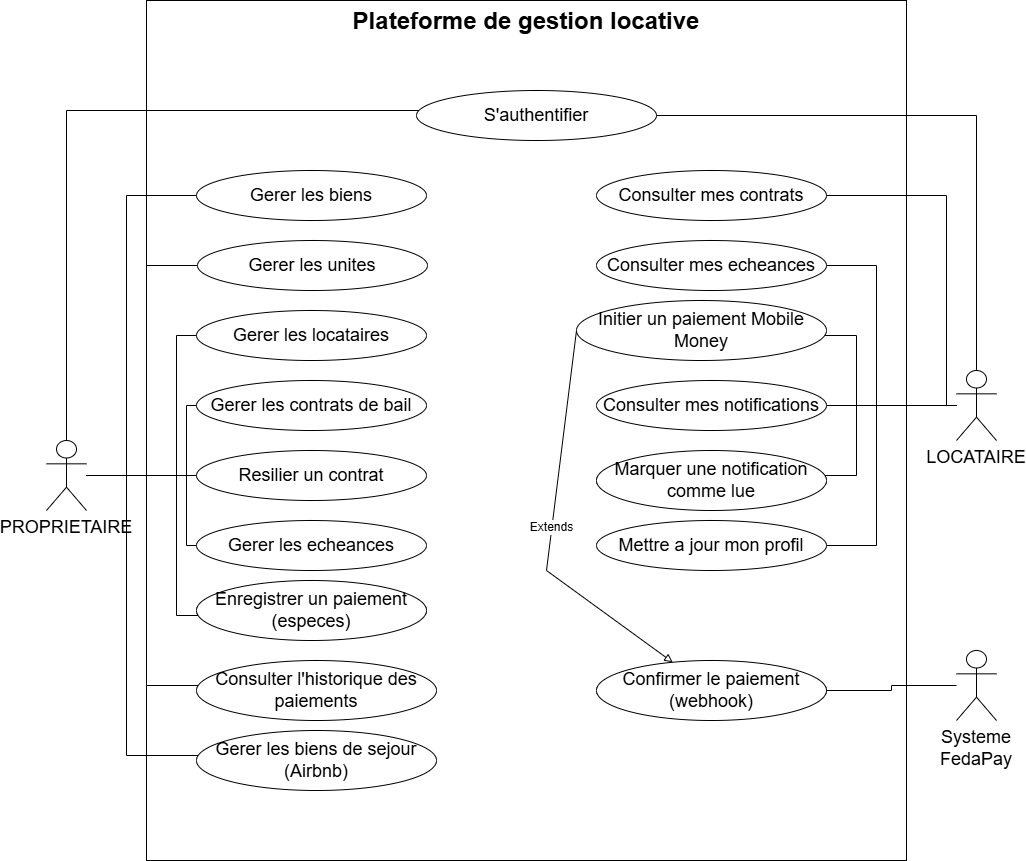
Above: DIAGRAMME/use case/use case.png in xavierGIT04/Soutenance (draw.io), before the change. Source tidied: cells renumbered, new cells last; positions are measured from the earlier drawing's top-left corner, leaving out a move shared by most shapes.
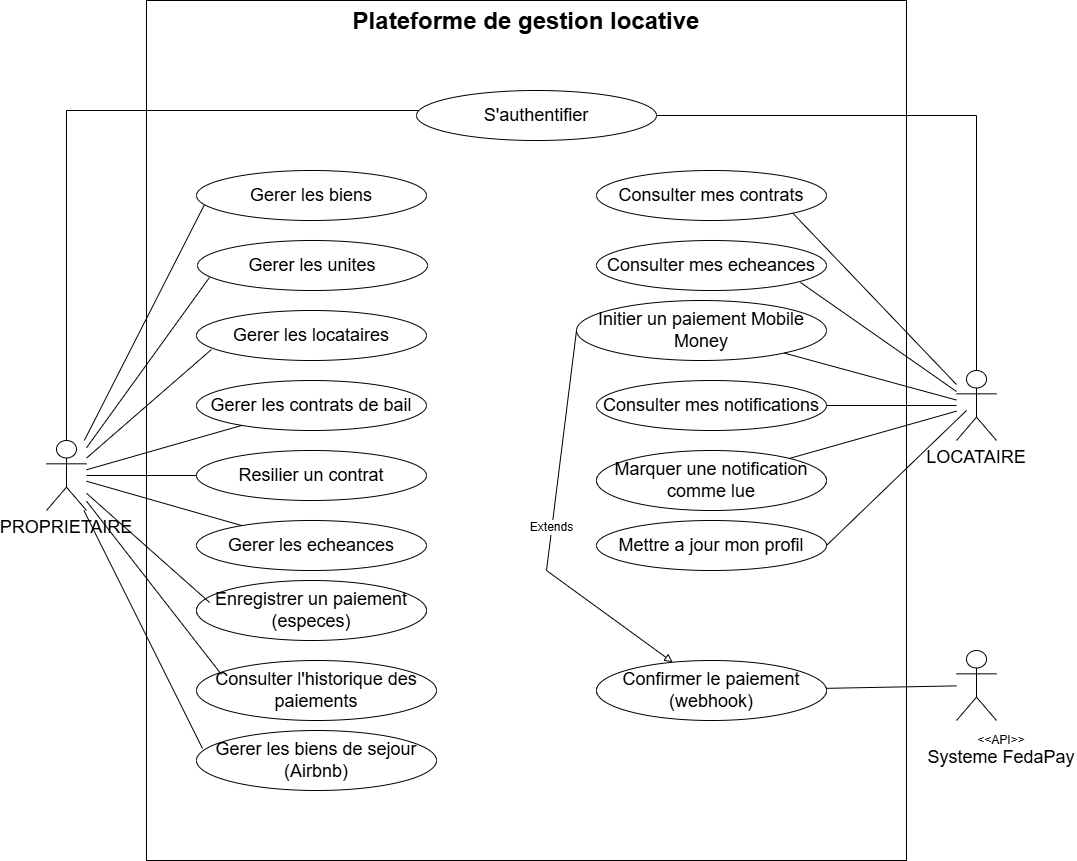
The same diagram one commit later.

Change to the diagram source:
```diff
@@ -62,7 +62,7 @@
     <mxCell id="21" value="&lt;font style=&quot;font-size: 18px;&quot;&gt;Confirmer le paiement (webhook)&lt;/font&gt;" style="ellipse;whiteSpace=wrap;html=1;fillColor=#ffffff;strokeColor=#000000;fontSize=11;" parent="1" vertex="1">
       <mxGeometry x="550" y="660" width="230" height="60" as="geometry" />
     </mxCell>
-    <mxCell id="22" value="&lt;font style=&quot;font-size: 18px;&quot;&gt;Systeme FedaPay&lt;/font&gt;" style="shape=umlActor;whiteSpace=wrap;html=1;verticalLabelPosition=bottom;verticalAlign=top;outlineConnect=0;fillColor=#ffffff;strokeColor=#000000;" parent="1" vertex="1">
+    <mxCell id="22" style="shape=umlActor;whiteSpace=wrap;html=1;verticalLabelPosition=bottom;verticalAlign=top;outlineConnect=0;fillColor=#ffffff;strokeColor=#000000;" parent="1" vertex="1">
       <mxGeometry x="910" y="650" width="40" height="70" as="geometry" />
     </mxCell>
     <mxCell id="23" style="edgeStyle=orthogonalEdgeStyle;rounded=0;html=1;fontSize=10;endArrow=none;dashed=0;" parent="1" edge="1" source="4" target="3">
@@ -72,72 +72,32 @@
         </Array>
       </mxGeometry>
     </mxCell>
-    <mxCell id="24" style="edgeStyle=orthogonalEdgeStyle;rounded=0;html=1;fontSize=10;endArrow=none;dashed=0;" parent="1" edge="1" source="4" target="5">
-      <mxGeometry relative="1" as="geometry">
-        <Array as="points">
-          <mxPoint x="80" y="475" />
-          <mxPoint x="80" y="195" />
-        </Array>
-      </mxGeometry>
+    <mxCell id="24" style="rounded=0;html=1;fontSize=10;endArrow=none;dashed=0;entryX=0.035;entryY=0.68;entryDx=0;entryDy=0;entryPerimeter=0;" parent="1" edge="1" source="4" target="5">
+      <mxGeometry relative="1" as="geometry" />
     </mxCell>
-    <mxCell id="25" style="edgeStyle=orthogonalEdgeStyle;rounded=0;html=1;fontSize=10;endArrow=none;dashed=0;" parent="1" edge="1" source="4" target="6">
-      <mxGeometry relative="1" as="geometry">
-        <Array as="points">
-          <mxPoint x="100" y="475" />
-          <mxPoint x="100" y="265" />
-        </Array>
-      </mxGeometry>
+    <mxCell id="25" style="rounded=0;html=1;fontSize=10;endArrow=none;dashed=0;entryX=0.052;entryY=0.74;entryDx=0;entryDy=0;entryPerimeter=0;" parent="1" edge="1" source="4" target="6">
+      <mxGeometry relative="1" as="geometry" />
     </mxCell>
-    <mxCell id="26" style="edgeStyle=orthogonalEdgeStyle;rounded=0;html=1;fontSize=10;endArrow=none;dashed=0;" parent="1" edge="1" source="4" target="7">
-      <mxGeometry relative="1" as="geometry">
-        <Array as="points">
-          <mxPoint x="130" y="475" />
-          <mxPoint x="130" y="335" />
-        </Array>
-      </mxGeometry>
+    <mxCell id="26" style="rounded=0;html=1;fontSize=10;endArrow=none;dashed=0;entryX=0.065;entryY=0.78;entryDx=0;entryDy=0;entryPerimeter=0;" parent="1" edge="1" source="4" target="7">
+      <mxGeometry relative="1" as="geometry" />
     </mxCell>
-    <mxCell id="27" style="edgeStyle=orthogonalEdgeStyle;rounded=0;html=1;fontSize=10;endArrow=none;dashed=0;" parent="1" edge="1" source="4" target="8">
-      <mxGeometry relative="1" as="geometry">
-        <Array as="points">
-          <mxPoint x="140" y="475" />
-          <mxPoint x="140" y="405" />
-        </Array>
-      </mxGeometry>
+    <mxCell id="27" style="rounded=0;html=1;fontSize=10;endArrow=none;dashed=0;" parent="1" edge="1" source="4" target="8">
+      <mxGeometry relative="1" as="geometry" />
     </mxCell>
     <mxCell id="28" style="edgeStyle=orthogonalEdgeStyle;rounded=0;html=1;fontSize=10;endArrow=none;dashed=0;" parent="1" edge="1" source="4" target="9">
       <mxGeometry relative="1" as="geometry" />
     </mxCell>
-    <mxCell id="29" style="edgeStyle=orthogonalEdgeStyle;rounded=0;html=1;fontSize=10;endArrow=none;dashed=0;" parent="1" edge="1" source="4" target="10">
-      <mxGeometry relative="1" as="geometry">
-        <Array as="points">
-          <mxPoint x="140" y="475" />
-          <mxPoint x="140" y="545" />
-        </Array>
-      </mxGeometry>
+    <mxCell id="29" style="rounded=0;html=1;fontSize=10;endArrow=none;dashed=0;" parent="1" edge="1" source="4" target="10">
+      <mxGeometry relative="1" as="geometry" />
     </mxCell>
-    <mxCell id="30" style="edgeStyle=orthogonalEdgeStyle;rounded=0;html=1;fontSize=10;endArrow=none;dashed=0;" parent="1" edge="1" source="4" target="11">
-      <mxGeometry relative="1" as="geometry">
-        <Array as="points">
-          <mxPoint x="130" y="475" />
-          <mxPoint x="130" y="615" />
-        </Array>
-      </mxGeometry>
+    <mxCell id="30" style="rounded=0;html=1;fontSize=10;endArrow=none;dashed=0;entryX=0.057;entryY=0.367;entryDx=0;entryDy=0;entryPerimeter=0;" parent="1" edge="1" source="4" target="11">
+      <mxGeometry relative="1" as="geometry" />
     </mxCell>
-    <mxCell id="31" style="edgeStyle=orthogonalEdgeStyle;rounded=0;html=1;fontSize=10;endArrow=none;dashed=0;" parent="1" edge="1" source="4" target="12">
-      <mxGeometry relative="1" as="geometry">
-        <Array as="points">
-          <mxPoint x="100" y="475" />
-          <mxPoint x="100" y="685" />
-        </Array>
-      </mxGeometry>
+    <mxCell id="31" style="rounded=0;html=1;fontSize=10;endArrow=none;dashed=0;entryX=0.104;entryY=0.233;entryDx=0;entryDy=0;entryPerimeter=0;" parent="1" edge="1" source="4" target="12">
+      <mxGeometry relative="1" as="geometry" />
     </mxCell>
-    <mxCell id="32" style="edgeStyle=orthogonalEdgeStyle;rounded=0;html=1;fontSize=10;endArrow=none;dashed=0;" parent="1" edge="1" source="4" target="13">
-      <mxGeometry relative="1" as="geometry">
-        <Array as="points">
-          <mxPoint x="80" y="475" />
-          <mxPoint x="80" y="755" />
-        </Array>
-      </mxGeometry>
+    <mxCell id="32" style="rounded=0;html=1;fontSize=10;endArrow=none;dashed=0;entryX=0.025;entryY=0.3;entryDx=0;entryDy=0;entryPerimeter=0;" parent="1" edge="1" source="4" target="13">
+      <mxGeometry relative="1" as="geometry" />
     </mxCell>
     <mxCell id="33" style="edgeStyle=orthogonalEdgeStyle;rounded=0;html=1;fontSize=10;endArrow=none;dashed=0;" parent="1" edge="1" source="14" target="3">
       <mxGeometry relative="1" as="geometry">
@@ -146,52 +106,27 @@
         </Array>
       </mxGeometry>
     </mxCell>
-    <mxCell id="34" style="edgeStyle=orthogonalEdgeStyle;rounded=0;html=1;fontSize=10;endArrow=none;dashed=0;" parent="1" edge="1" source="14" target="15">
-      <mxGeometry relative="1" as="geometry">
-        <Array as="points">
-          <mxPoint x="900" y="405" />
-          <mxPoint x="900" y="195" />
-        </Array>
-      </mxGeometry>
+    <mxCell id="34" style="rounded=0;html=1;fontSize=10;endArrow=none;dashed=0;entryX=1;entryY=1;entryDx=0;entryDy=0;" parent="1" edge="1" source="14" target="15">
+      <mxGeometry relative="1" as="geometry" />
     </mxCell>
-    <mxCell id="35" style="edgeStyle=orthogonalEdgeStyle;rounded=0;html=1;fontSize=10;endArrow=none;dashed=0;" parent="1" edge="1" source="14" target="16">
-      <mxGeometry relative="1" as="geometry">
-        <Array as="points">
-          <mxPoint x="830" y="405" />
-          <mxPoint x="830" y="265" />
-        </Array>
-      </mxGeometry>
+    <mxCell id="35" style="rounded=0;html=1;fontSize=10;endArrow=none;dashed=0;entryX=0.887;entryY=0.84;entryDx=0;entryDy=0;entryPerimeter=0;" parent="1" edge="1" source="14" target="16">
+      <mxGeometry relative="1" as="geometry" />
     </mxCell>
-    <mxCell id="36" style="edgeStyle=orthogonalEdgeStyle;rounded=0;html=1;fontSize=10;endArrow=none;dashed=0;" parent="1" edge="1" source="14" target="17">
-      <mxGeometry relative="1" as="geometry">
-        <Array as="points">
-          <mxPoint x="810" y="405" />
-          <mxPoint x="810" y="335" />
-        </Array>
-      </mxGeometry>
+    <mxCell id="36" style="rounded=0;html=1;fontSize=10;endArrow=none;dashed=0;" parent="1" edge="1" source="14" target="17">
+      <mxGeometry relative="1" as="geometry" />
     </mxCell>
     <mxCell id="37" style="edgeStyle=orthogonalEdgeStyle;rounded=0;html=1;fontSize=10;endArrow=none;dashed=0;" parent="1" edge="1" source="14" target="18">
       <mxGeometry relative="1" as="geometry" />
     </mxCell>
-    <mxCell id="38" style="edgeStyle=orthogonalEdgeStyle;rounded=0;html=1;fontSize=10;endArrow=none;dashed=0;" parent="1" edge="1" target="19">
-      <mxGeometry relative="1" as="geometry">
-        <mxPoint x="900" y="405" as="sourcePoint" />
-        <Array as="points">
-          <mxPoint x="810" y="405" />
-          <mxPoint x="810" y="475" />
-        </Array>
-      </mxGeometry>
+    <mxCell id="38" style="rounded=0;html=1;fontSize=10;endArrow=none;dashed=0;" parent="1" edge="1" source="14" target="19">
+      <mxGeometry relative="1" as="geometry" />
     </mxCell>
-    <mxCell id="39" style="edgeStyle=orthogonalEdgeStyle;rounded=0;html=1;fontSize=10;endArrow=none;dashed=0;" parent="1" edge="1" target="20">
+    <mxCell id="39" style="rounded=0;html=1;fontSize=10;endArrow=none;dashed=0;entryX=1;entryY=0.5;entryDx=0;entryDy=0;" parent="1" edge="1" target="20">
       <mxGeometry relative="1" as="geometry">
-        <mxPoint x="890" y="405" as="sourcePoint" />
-        <Array as="points">
-          <mxPoint x="830" y="405" />
-          <mxPoint x="830" y="545" />
-        </Array>
+        <mxPoint x="920" y="410" as="sourcePoint" />
       </mxGeometry>
     </mxCell>
-    <mxCell id="40" style="edgeStyle=orthogonalEdgeStyle;rounded=0;html=1;fontSize=10;endArrow=none;dashed=0;" parent="1" edge="1" source="22" target="21">
+    <mxCell id="40" style="rounded=0;html=1;fontSize=10;endArrow=none;dashed=0;" parent="1" edge="1" source="22" target="21">
       <mxGeometry relative="1" as="geometry" />
     </mxCell>
     <mxCell id="41" value="&lt;font style=&quot;font-size: 12px;&quot;&gt;Extends&lt;/font&gt;" style="endArrow=block;endFill=0;html=1;rounded=0;exitX=0;exitY=0.5;exitDx=0;exitDy=0;shape=wire;dashed=1;" parent="1" edge="1" source="17" target="21">
@@ -201,5 +136,8 @@
         </Array>
       </mxGeometry>
     </mxCell>
+    <mxCell id="42" value="&amp;lt;&amp;lt;API&amp;gt;&amp;gt;&lt;div&gt;&lt;span style=&quot;font-size: 18px;&quot;&gt;Systeme FedaPay&lt;/span&gt;&lt;/div&gt;" style="text;html=1;whiteSpace=wrap;strokeColor=none;fillColor=none;align=center;verticalAlign=middle;rounded=0;" parent="1" vertex="1">
+      <mxGeometry x="880" y="730" width="150" height="40" as="geometry" />
+    </mxCell>
   </root>
 </mxGraphModel>
```
